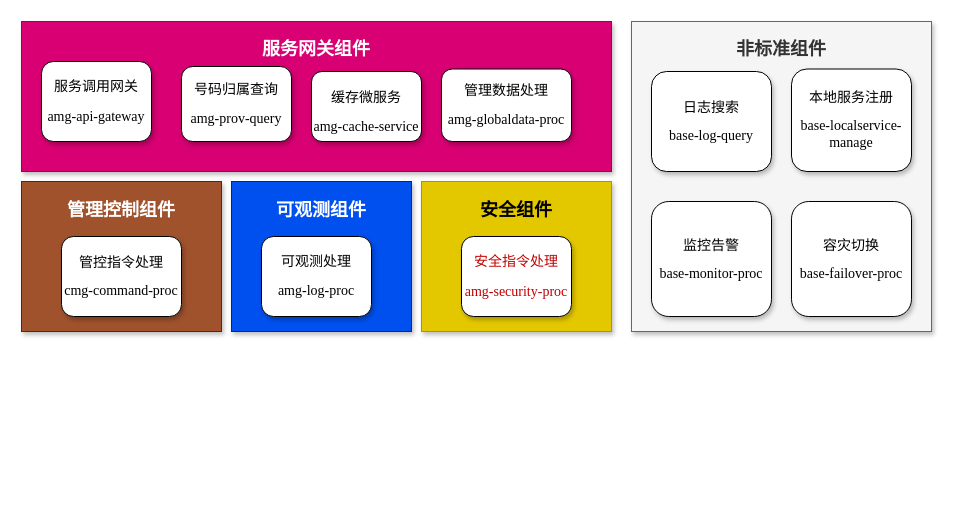
This is page "微服务拆分" (3 of 9) of 智慧中台AMG.drawio from qymmdj/draw-io, a draw.io file, before an edit. Source tidied: cells renumbered, new cells numbered last; positions are measured from the earlier drawing's top-left corner, leaving out a move shared by most shapes. Both pictures are drawn from the tidied source at 100%, with x=0, y=0 at pixel (21, 21).
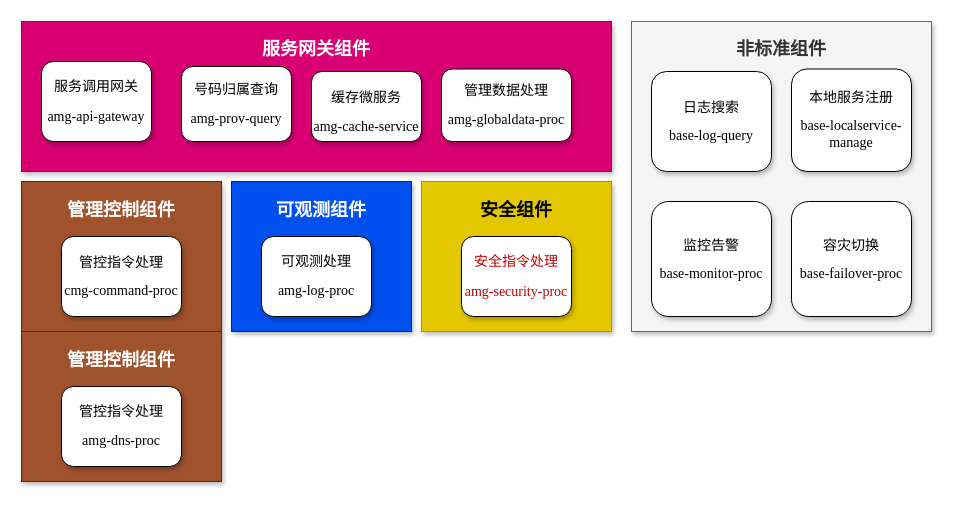
After the change.

The edit, as a diff of the source:
```diff
@@
 <mxGraphModel>
   <root>
     <mxCell id="0" />
     <mxCell id="1" parent="0" />
     <mxCell id="2" value="&lt;p class=&quot;MsoNormal&quot;&gt;&lt;b&gt;&lt;font face=&quot;Courier New&quot; style=&quot;font-size: 18px&quot;&gt;服务网关组件&lt;/font&gt;&lt;/b&gt;&lt;/p&gt;" style="rounded=0;whiteSpace=wrap;html=1;shadow=1;glass=0;fillColor=#d80073;verticalAlign=top;strokeColor=#A50040;fontColor=#ffffff;" parent="1" vertex="1">
       <mxGeometry width="590" height="150" as="geometry" />
     </mxCell>
     <mxCell id="3" value="&lt;p class=&quot;MsoNormal&quot;&gt;&lt;b&gt;&lt;font style=&quot;font-size: 18px&quot;&gt;管理控制组件&lt;/font&gt;&lt;/b&gt;&lt;/p&gt;" style="rounded=0;whiteSpace=wrap;html=1;shadow=1;glass=0;fillColor=#a0522d;verticalAlign=top;strokeColor=#6D1F00;fontColor=#ffffff;" parent="1" vertex="1">
       <mxGeometry y="160" width="200" height="150" as="geometry" />
     </mxCell>
     <mxCell id="4" value="&lt;p class=&quot;MsoNormal&quot;&gt;&lt;span style=&quot;font-family: &amp;#34;times new roman&amp;#34; ; font-size: 10.5000pt&quot;&gt;&lt;font face=&quot;宋体&quot;&gt;服务调用网关&lt;/font&gt;&lt;/span&gt;&lt;/p&gt;&lt;p class=&quot;MsoNormal&quot;&gt;&lt;span style=&quot;font-size: 10.5000pt&quot;&gt;&lt;font face=&quot;Times New Roman&quot;&gt;amg-api-gateway&lt;/font&gt;&lt;/span&gt;&lt;/p&gt;" style="rounded=1;shadow=1;glass=0;sketch=0;horizontal=1;verticalAlign=middle;whiteSpace=wrap;labelBackgroundColor=none;html=1;" parent="1" vertex="1">
       <mxGeometry x="20" y="40" width="110" height="80" as="geometry" />
     </mxCell>
     <mxCell id="5" value="&lt;p class=&quot;MsoNormal&quot;&gt;&lt;span style=&quot;font-family: &amp;#34;times new roman&amp;#34; ; font-size: 10.5000pt&quot;&gt;&lt;font face=&quot;宋体&quot;&gt;号码归属查询&lt;/font&gt;&lt;/span&gt;&lt;/p&gt;&lt;p class=&quot;MsoNormal&quot;&gt;&lt;span style=&quot;font-family: &amp;#34;times new roman&amp;#34; ; font-size: 10.5000pt&quot;&gt;amg-prov-query&lt;/span&gt;&lt;/p&gt;" style="rounded=1;shadow=1;glass=0;sketch=0;horizontal=1;verticalAlign=middle;whiteSpace=wrap;labelBackgroundColor=none;html=1;" parent="1" vertex="1">
       <mxGeometry x="160" y="45" width="110" height="75" as="geometry" />
     </mxCell>
     <mxCell id="6" value="&lt;p class=&quot;MsoNormal&quot;&gt;&lt;span style=&quot;font-size: 14px&quot;&gt;管理数据处理&lt;/span&gt;&lt;/p&gt;&lt;p class=&quot;MsoNormal&quot;&gt;&lt;span style=&quot;font-size: 10.5000pt&quot;&gt;&lt;font face=&quot;Times New Roman&quot;&gt;amg&lt;/font&gt;&lt;/span&gt;&lt;span style=&quot;font-family: &amp;#34;times new roman&amp;#34; ; font-size: 10.5000pt&quot;&gt;-globaldata-proc&lt;/span&gt;&lt;/p&gt;" style="rounded=1;shadow=1;glass=0;sketch=0;horizontal=1;verticalAlign=middle;whiteSpace=wrap;labelBackgroundColor=none;html=1;" parent="1" vertex="1">
       <mxGeometry x="420" y="47.5" width="130" height="72.5" as="geometry" />
     </mxCell>
     <mxCell id="7" value="&lt;p class=&quot;MsoNormal&quot;&gt;&lt;span style=&quot;font-size: 10.5pt&quot;&gt;管控指令处理&lt;/span&gt;&lt;/p&gt;&lt;p class=&quot;MsoNormal&quot;&gt;&lt;span style=&quot;font-family: &amp;#34;times new roman&amp;#34; ; font-size: 10.5000pt&quot;&gt;cmg-command-proc&lt;/span&gt;&lt;/p&gt;" style="rounded=1;shadow=1;glass=0;sketch=0;horizontal=1;verticalAlign=middle;whiteSpace=wrap;labelBackgroundColor=none;html=1;" parent="1" vertex="1">
       <mxGeometry x="40" y="215" width="120" height="80" as="geometry" />
     </mxCell>
     <mxCell id="8" value="&lt;p class=&quot;MsoNormal&quot;&gt;&lt;font style=&quot;font-size: 18px&quot; face=&quot;Courier New&quot;&gt;&lt;b&gt;非标准组件&lt;/b&gt;&lt;/font&gt;&lt;/p&gt;" style="rounded=0;whiteSpace=wrap;html=1;shadow=1;glass=0;verticalAlign=top;fillColor=#f5f5f5;strokeColor=#666666;fontColor=#333333;" parent="1" vertex="1">
       <mxGeometry x="610" width="300" height="310" as="geometry" />
     </mxCell>
     <mxCell id="9" value="&lt;p class=&quot;MsoNormal&quot;&gt;&lt;span style=&quot;font-size: 10.5pt&quot;&gt;容灾切换&lt;/span&gt;&lt;/p&gt;&lt;p class=&quot;MsoNormal&quot;&gt;&lt;span style=&quot;font-family: &amp;#34;times new roman&amp;#34; ; font-size: 10.5000pt&quot;&gt;base-failover-proc&lt;/span&gt;&lt;/p&gt;" style="rounded=1;shadow=1;glass=0;sketch=0;horizontal=1;verticalAlign=middle;whiteSpace=wrap;labelBackgroundColor=none;html=1;" parent="1" vertex="1">
       <mxGeometry x="770" y="180" width="120" height="115" as="geometry" />
     </mxCell>
     <mxCell id="10" value="&lt;p class=&quot;MsoNormal&quot;&gt;&lt;span style=&quot;font-size: 10.5pt&quot;&gt;本地服务注册&lt;/span&gt;&lt;/p&gt;&lt;p class=&quot;MsoNormal&quot;&gt;&lt;span style=&quot;font-family: &amp;#34;times new roman&amp;#34; ; font-size: 10.5000pt&quot;&gt;base-localservice-manage&lt;/span&gt;&lt;/p&gt;" style="rounded=1;shadow=1;glass=0;sketch=0;horizontal=1;verticalAlign=middle;whiteSpace=wrap;labelBackgroundColor=none;html=1;" parent="1" vertex="1">
       <mxGeometry x="770" y="47.5" width="120" height="102.5" as="geometry" />
     </mxCell>
     <mxCell id="11" value="&lt;p class=&quot;MsoNormal&quot;&gt;&lt;span style=&quot;font-size: 10.5pt&quot;&gt;监控告警&lt;/span&gt;&lt;/p&gt;&lt;p class=&quot;MsoNormal&quot;&gt;&lt;span style=&quot;font-family: &amp;#34;times new roman&amp;#34; ; font-size: 10.5000pt&quot;&gt;base-monitor-proc&lt;/span&gt;&lt;/p&gt;" style="rounded=1;shadow=1;glass=0;sketch=0;horizontal=1;verticalAlign=middle;whiteSpace=wrap;labelBackgroundColor=none;html=1;" parent="1" vertex="1">
       <mxGeometry x="630" y="180" width="120" height="115" as="geometry" />
     </mxCell>
     <mxCell id="12" value="&lt;p class=&quot;MsoNormal&quot;&gt;&lt;span style=&quot;font-size: 10.5pt&quot;&gt;缓存微服务&lt;/span&gt;&lt;br&gt;&lt;/p&gt;&lt;span style=&quot;font-size: 10.5pt&quot;&gt;&lt;font face=&quot;Times New Roman&quot;&gt;amg-cache&lt;/font&gt;&lt;/span&gt;&lt;span style=&quot;font-family: &amp;#34;times new roman&amp;#34; ; font-size: 10.5pt&quot;&gt;-&lt;/span&gt;&lt;span style=&quot;font-size: 10.5pt&quot;&gt;&lt;font face=&quot;Times New Roman&quot;&gt;service&lt;/font&gt;&lt;/span&gt;" style="rounded=1;shadow=1;glass=0;sketch=0;horizontal=1;verticalAlign=middle;whiteSpace=wrap;labelBackgroundColor=none;html=1;" parent="1" vertex="1">
       <mxGeometry x="290" y="50" width="110" height="70" as="geometry" />
     </mxCell>
     <mxCell id="13" value="&lt;p class=&quot;MsoNormal&quot;&gt;&lt;span style=&quot;font-size: 10.5pt&quot;&gt;日志搜索&lt;/span&gt;&lt;/p&gt;&lt;p class=&quot;MsoNormal&quot;&gt;&lt;span style=&quot;font-family: &amp;#34;times new roman&amp;#34; ; font-size: 10.5000pt&quot;&gt;base-log-query&lt;/span&gt;&lt;/p&gt;" style="rounded=1;shadow=1;glass=0;sketch=0;horizontal=1;verticalAlign=middle;whiteSpace=wrap;labelBackgroundColor=none;html=1;" parent="1" vertex="1">
       <mxGeometry x="630" y="50" width="120" height="100" as="geometry" />
     </mxCell>
     <mxCell id="14" value="&lt;p class=&quot;MsoNormal&quot;&gt;&lt;b&gt;&lt;font style=&quot;font-size: 18px&quot;&gt;可观测组件&lt;/font&gt;&lt;/b&gt;&lt;/p&gt;" style="rounded=0;whiteSpace=wrap;html=1;shadow=1;glass=0;fillColor=#0050ef;verticalAlign=top;strokeColor=#001DBC;fontColor=#ffffff;" parent="1" vertex="1">
       <mxGeometry x="210" y="160" width="180" height="150" as="geometry" />
     </mxCell>
     <mxCell id="15" value="&lt;p class=&quot;MsoNormal&quot;&gt;&lt;span style=&quot;font-size: 10.5pt&quot;&gt;可观测处理&lt;/span&gt;&lt;/p&gt;&lt;p class=&quot;MsoNormal&quot;&gt;&lt;span style=&quot;font-family: &amp;#34;times new roman&amp;#34; ; font-size: 10.5pt&quot;&gt;amg-&lt;/span&gt;&lt;span style=&quot;font-size: 10.5pt&quot;&gt;&lt;font face=&quot;Times New Roman&quot;&gt;log&lt;/font&gt;&lt;/span&gt;&lt;span style=&quot;font-family: &amp;#34;times new roman&amp;#34; ; font-size: 10.5pt&quot;&gt;-&lt;/span&gt;&lt;span style=&quot;font-size: 10.5pt&quot;&gt;&lt;font face=&quot;Times New Roman&quot;&gt;proc&lt;/font&gt;&lt;/span&gt;&lt;br&gt;&lt;/p&gt;" style="rounded=1;shadow=1;glass=0;sketch=0;horizontal=1;verticalAlign=middle;whiteSpace=wrap;labelBackgroundColor=none;html=1;" parent="1" vertex="1">
       <mxGeometry x="240" y="215" width="110" height="80" as="geometry" />
     </mxCell>
     <mxCell id="16" value="&lt;p class=&quot;MsoNormal&quot;&gt;&lt;b&gt;&lt;font style=&quot;font-size: 18px&quot;&gt;安全组件&lt;/font&gt;&lt;/b&gt;&lt;/p&gt;" style="rounded=0;whiteSpace=wrap;html=1;shadow=1;glass=0;fillColor=#e3c800;verticalAlign=top;strokeColor=#B09500;fontColor=#000000;" parent="1" vertex="1">
       <mxGeometry x="400" y="160" width="190" height="150" as="geometry" />
     </mxCell>
     <mxCell id="17" value="&lt;p class=&quot;MsoNormal&quot;&gt;&lt;span style=&quot;color: rgb(192 , 0 , 0) ; font-size: 10.5000pt&quot;&gt;安全&lt;/span&gt;&lt;span style=&quot;font-family: &amp;#34;times new roman&amp;#34; ; color: rgb(192 , 0 , 0) ; font-size: 10.5000pt&quot;&gt;&lt;font face=&quot;宋体&quot;&gt;指令处理&lt;/font&gt;&lt;/span&gt;&lt;/p&gt;&lt;p class=&quot;MsoNormal&quot;&gt;&lt;span style=&quot;font-family: &amp;#34;times new roman&amp;#34; ; color: rgb(192 , 0 , 0) ; font-size: 10.5000pt&quot;&gt;amg-&lt;/span&gt;&lt;span style=&quot;color: rgb(192 , 0 , 0) ; font-size: 10.5000pt&quot;&gt;&lt;font face=&quot;Times New Roman&quot;&gt;security&lt;/font&gt;&lt;/span&gt;&lt;span style=&quot;font-family: &amp;#34;times new roman&amp;#34; ; color: rgb(192 , 0 , 0) ; font-size: 10.5000pt&quot;&gt;-proc&lt;/span&gt;&lt;/p&gt;" style="rounded=1;shadow=1;glass=0;sketch=0;horizontal=1;verticalAlign=middle;whiteSpace=wrap;labelBackgroundColor=none;html=1;" parent="1" vertex="1">
       <mxGeometry x="440" y="215" width="110" height="80" as="geometry" />
     </mxCell>
+    <mxCell id="18" value="&lt;p class=&quot;MsoNormal&quot;&gt;&lt;b&gt;&lt;font style=&quot;font-size: 18px&quot;&gt;管理控制组件&lt;/font&gt;&lt;/b&gt;&lt;/p&gt;" style="rounded=0;whiteSpace=wrap;html=1;shadow=1;glass=0;fillColor=#a0522d;verticalAlign=top;strokeColor=#6D1F00;fontColor=#ffffff;" parent="1" vertex="1">
+      <mxGeometry y="310" width="200" height="150" as="geometry" />
+    </mxCell>
+    <mxCell id="19" value="&lt;p class=&quot;MsoNormal&quot;&gt;&lt;span style=&quot;font-size: 10.5pt&quot;&gt;管控指令处理&lt;/span&gt;&lt;/p&gt;&lt;p class=&quot;MsoNormal&quot;&gt;&lt;span style=&quot;font-family: &amp;#34;times new roman&amp;#34; ; font-size: 10.5000pt&quot;&gt;amg-&lt;/span&gt;&lt;span style=&quot;font-size: 10.5000pt&quot;&gt;&lt;font face=&quot;Times New Roman&quot;&gt;dns&lt;/font&gt;&lt;/span&gt;&lt;span style=&quot;font-family: &amp;#34;times new roman&amp;#34; ; font-size: 10.5000pt&quot;&gt;-&lt;/span&gt;&lt;span style=&quot;font-size: 10.5000pt&quot;&gt;&lt;font face=&quot;Times New Roman&quot;&gt;proc&lt;/font&gt;&lt;/span&gt;&lt;/p&gt;" style="rounded=1;shadow=1;glass=0;sketch=0;horizontal=1;verticalAlign=middle;whiteSpace=wrap;labelBackgroundColor=none;html=1;" parent="1" vertex="1">
+      <mxGeometry x="40" y="365" width="120" height="80" as="geometry" />
+    </mxCell>
   </root>
 </mxGraphModel>
```
